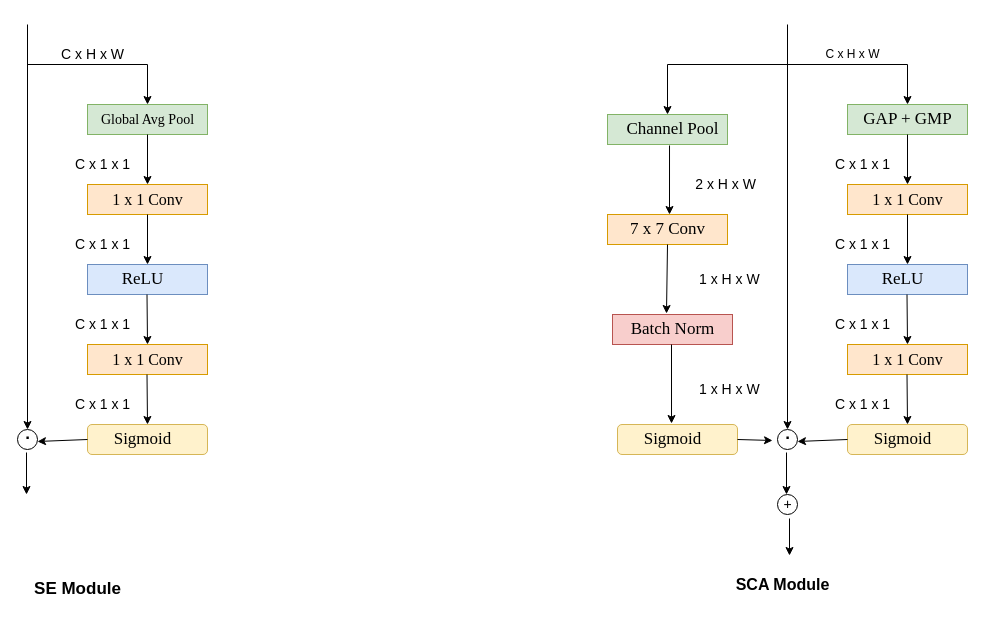
Earlier version of the draw.io diagram Untitled Diagram.drawio (heijie750622/test). Source tidied: cells renumbered, new cells numbered last; positions are measured from the earlier drawing's top-left corner, leaving out a move shared by most shapes. Both pictures are drawn from the tidied source at 100%, with x=0, y=0 at pixel (17, 24).
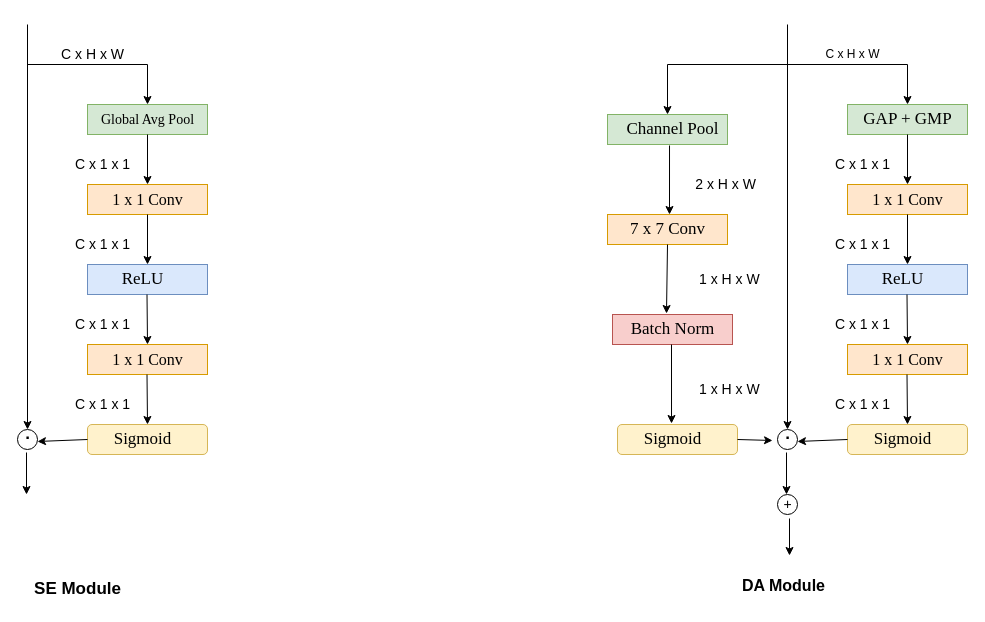
The same diagram, later.

What changed in the source:
```diff
@@
-    <mxCell id="75" value="SCA Module" style="text;html=1;align=center;verticalAlign=middle;fillColor=none;strokeColor=none;rounded=0;fontSize=16;fontStyle=1;" parent="1" vertex="1">
-      <mxGeometry x="710" y="550" width="110" height="20" as="geometry" />
+    <mxCell id="75" value="DA Module" style="text;html=1;align=center;verticalAlign=middle;fillColor=none;strokeColor=none;rounded=0;fontSize=16;fontStyle=1;" parent="1" vertex="1">
+      <mxGeometry x="719" y="549" width="93" height="23" as="geometry" />
     </mxCell>
```
